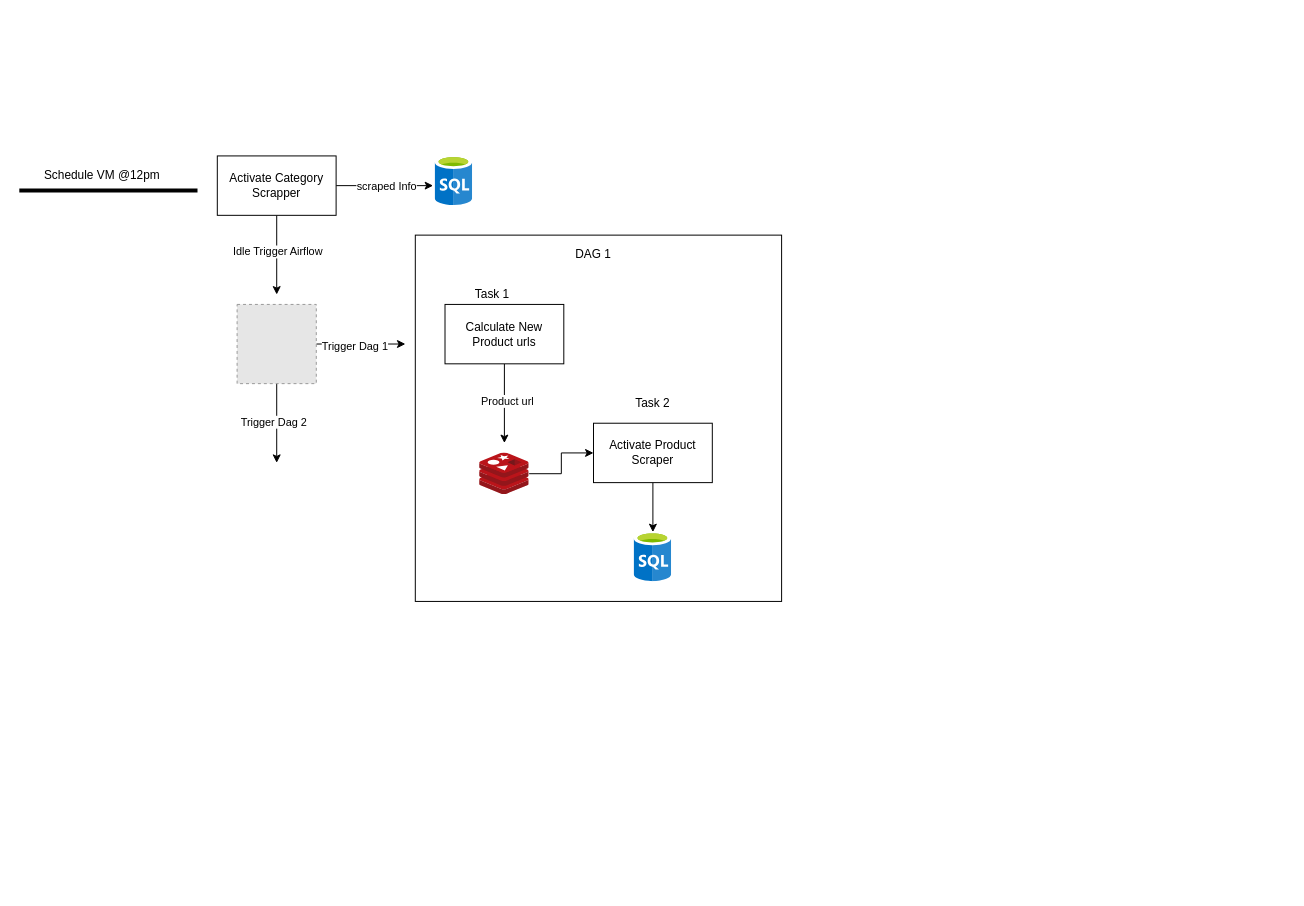
Earlier version of the draw.io diagram page "Data-collection-Architecture" (1 of 2) of draw-io/Untitled Diagram.drawio (abhay-kum/system-design-draw). Source tidied: cells renumbered, new cells numbered last; positions are measured from the earlier drawing's top-left corner, leaving out a move shared by most shapes. Both pictures are drawn from the tidied source at 99%, with x=0, y=0 at pixel (19, 155). Pictures stored in the file or linked from it are replaced by grey dashed boxes.
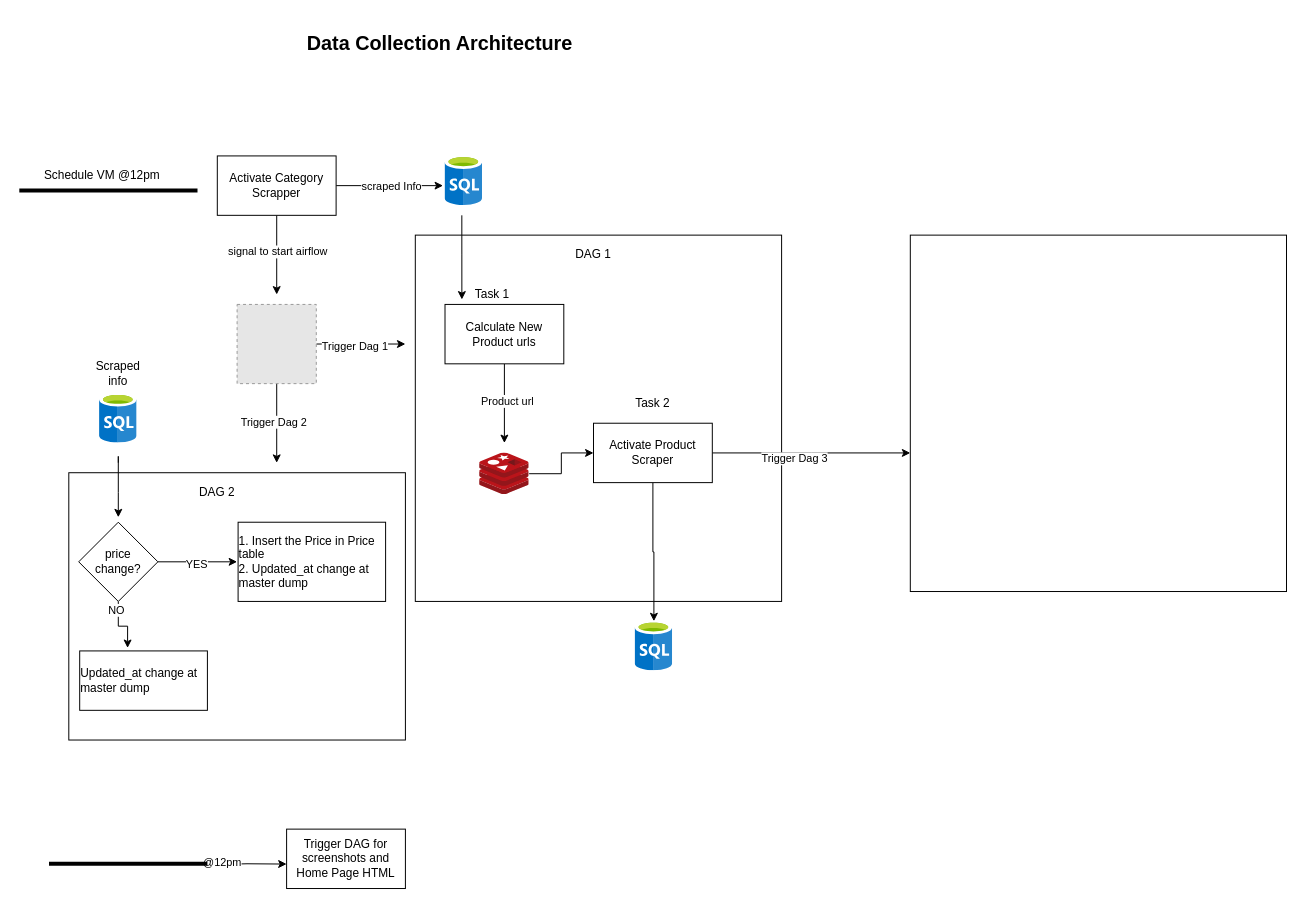
The same page after the edit.

Unchanged cells that the change refers to:
```xml
<mxCell id="6" style="edgeStyle=orthogonalEdgeStyle;rounded=0;jettySize=auto;html=1;" parent="1" edge="1" source="8">
  <mxGeometry relative="1" as="geometry">
    <mxPoint x="260" y="140" as="targetPoint" />
  </mxGeometry>
</mxCell>
<mxCell id="18" value="Calculate New Product urls" style="rounded=0;whiteSpace=wrap;html=1;" parent="1" vertex="1">
  <mxGeometry x="430" y="150" width="120" height="60" as="geometry" />
</mxCell>
<mxCell id="23" value="Activate Product Scraper" style="rounded=0;whiteSpace=wrap;html=1;" parent="1" vertex="1">
  <mxGeometry x="580" y="270" width="120" height="60" as="geometry" />
</mxCell>
```

Change to the diagram source:
```diff
@@
-    <mxCell id="7" value="Idle Trigger Airflow" style="edgeLabel;html=1;align=center;verticalAlign=middle;" parent="6" vertex="1">
+    <mxCell id="7" value="signal to start airflow" style="edgeLabel;html=1;align=center;verticalAlign=middle;" parent="6" vertex="1">
       <mxGeometry x="-0.1" relative="1" as="geometry" />
     </mxCell>
@@
     <mxCell id="9" style="html=1;points=[];align=center;image;fontSize=12;image=img/lib/mscae/SQL_Database_generic.svg;" parent="1" vertex="1">
-      <mxGeometry x="420" width="38" height="50" as="geometry" />
+      <mxGeometry x="430" width="38" height="50" as="geometry" />
     </mxCell>
@@
+    <mxCell id="27" style="edgeStyle=orthogonalEdgeStyle;rounded=0;jettySize=auto;html=1;" parent="1" edge="1" source="23">
+      <mxGeometry relative="1" as="geometry">
+        <mxPoint x="900" y="300" as="targetPoint" />
+      </mxGeometry>
+    </mxCell>
+    <mxCell id="28" value="Trigger Dag 3" style="edgeLabel;html=1;align=center;verticalAlign=middle;" parent="27" vertex="1">
+      <mxGeometry x="-0.18" y="-5" relative="1" as="geometry" />
+    </mxCell>
@@
     <mxCell id="25" style="html=1;points=[];align=center;image;fontSize=12;image=img/lib/mscae/SQL_Database_generic.svg;" parent="1" vertex="1">
-      <mxGeometry x="621" y="380" width="38" height="50" as="geometry" />
+      <mxGeometry x="622" y="470" width="38" height="50" as="geometry" />
     </mxCell>
@@
+    <mxCell id="29" style="rounded=0;whiteSpace=wrap;html=1;" parent="1" vertex="1">
+      <mxGeometry x="50" y="320" width="340" height="270" as="geometry" />
+    </mxCell>
+    <mxCell id="30" style="endArrow=classic;html=1;entryX=0.142;entryY=-0.083;entryDx=0;entryDy=0;entryPerimeter=0;" parent="1" edge="1" target="18">
+      <mxGeometry relative="1" as="geometry">
+        <mxPoint x="447" y="60" as="sourcePoint" />
+        <Array as="points">
+          <mxPoint x="447" y="90" />
+        </Array>
+      </mxGeometry>
+    </mxCell>
+    <mxCell id="31" value="&lt;div&gt;DAG 2&lt;/div&gt;" style="text;html=1;strokeColor=none;fillColor=none;align=center;verticalAlign=middle;whiteSpace=wrap;rounded=0;" parent="1" vertex="1">
+      <mxGeometry x="180" y="330" width="40" height="20" as="geometry" />
+    </mxCell>
+    <mxCell id="32" style="html=1;align=center;image;fontSize=12;image=img/lib/mscae/SQL_Database_generic.svg;" parent="1" vertex="1">
+      <mxGeometry x="81" y="240" width="38" height="50" as="geometry" />
+    </mxCell>
+    <mxCell id="33" value="Scraped info" style="text;html=1;strokeColor=none;fillColor=none;align=center;verticalAlign=middle;whiteSpace=wrap;rounded=0;" parent="1" vertex="1">
+      <mxGeometry x="80" y="210" width="40" height="20" as="geometry" />
+    </mxCell>
+    <mxCell id="34" style="edgeStyle=orthogonalEdgeStyle;rounded=0;jettySize=auto;html=1;" parent="1" edge="1" source="38">
+      <mxGeometry relative="1" as="geometry">
+        <mxPoint x="220" y="410" as="targetPoint" />
+      </mxGeometry>
+    </mxCell>
+    <mxCell id="35" value="YES" style="edgeLabel;html=1;align=center;verticalAlign=middle;" parent="34" vertex="1">
+      <mxGeometry x="-0.05" y="-2" relative="1" as="geometry" />
+    </mxCell>
+    <mxCell id="36" style="edgeStyle=orthogonalEdgeStyle;rounded=0;jettySize=auto;html=1;entryX=0.375;entryY=-0.05;entryDx=0;entryDy=0;entryPerimeter=0;" parent="1" edge="1" source="38" target="41">
+      <mxGeometry relative="1" as="geometry" />
+    </mxCell>
+    <mxCell id="37" value="NO" style="edgeLabel;html=1;align=center;verticalAlign=middle;" parent="36" vertex="1">
+      <mxGeometry x="-0.72" y="-3" relative="1" as="geometry" />
+    </mxCell>
+    <mxCell id="38" value="&lt;div&gt;price &lt;br&gt;&lt;/div&gt;&lt;div&gt;change?&lt;/div&gt;" style="rhombus;whiteSpace=wrap;html=1;" parent="1" vertex="1">
+      <mxGeometry x="60" y="370" width="80" height="80" as="geometry" />
+    </mxCell>
+    <mxCell id="39" style="endArrow=classic;html=1;entryX=0.142;entryY=-0.083;entryDx=0;entryDy=0;entryPerimeter=0;" parent="1" edge="1">
+      <mxGeometry relative="1" as="geometry">
+        <mxPoint x="100" y="310" as="sourcePoint" />
+        <mxPoint x="100" y="365" as="targetPoint" />
+        <Array as="points">
+          <mxPoint x="100" y="300" />
+          <mxPoint x="100" y="330" />
+        </Array>
+      </mxGeometry>
+    </mxCell>
+    <mxCell id="40" value="&lt;div align=&quot;left&quot;&gt;1. Insert the Price in Price table&lt;/div&gt;&lt;div align=&quot;left&quot;&gt;2. Updated_at change at master dump&lt;br&gt;&lt;/div&gt;" style="rounded=0;whiteSpace=wrap;html=1;" parent="1" vertex="1">
+      <mxGeometry x="221" y="370" width="149" height="80" as="geometry" />
+    </mxCell>
+    <mxCell id="41" value="&lt;div align=&quot;left&quot;&gt;Updated_at change at master dump&lt;br&gt;&lt;/div&gt;" style="rounded=0;whiteSpace=wrap;html=1;" parent="1" vertex="1">
+      <mxGeometry x="61" y="500" width="129" height="60" as="geometry" />
+    </mxCell>
+    <mxCell id="42" value="&lt;font style=&quot;font-size: 20px&quot;&gt;&lt;b&gt;Data Collection Architecture&lt;/b&gt;&lt;/font&gt;" style="text;html=1;strokeColor=none;fillColor=none;align=center;verticalAlign=middle;whiteSpace=wrap;rounded=0;" parent="1" vertex="1">
+      <mxGeometry x="250" y="-140" width="350" height="50" as="geometry" />
+    </mxCell>
+    <mxCell id="43" style="rounded=0;whiteSpace=wrap;html=1;" parent="1" vertex="1">
+      <mxGeometry x="900" y="80" width="380" height="360" as="geometry" />
+    </mxCell>
+    <mxCell id="44" style="edgeStyle=orthogonalEdgeStyle;rounded=0;jettySize=auto;html=1;" parent="1" edge="1" source="46">
+      <mxGeometry relative="1" as="geometry">
+        <mxPoint x="270" y="715.3" as="targetPoint" />
+      </mxGeometry>
+    </mxCell>
+    <mxCell id="45" value="@12pm" style="edgeLabel;html=1;align=center;verticalAlign=middle;" parent="44" vertex="1">
+      <mxGeometry x="-0.63" y="2" relative="1" as="geometry" />
+    </mxCell>
+    <mxCell id="46" style="line;strokeWidth=4;html=1;perimeter=backbonePerimeter;points=[];outlineConnect=0;" parent="1" vertex="1">
+      <mxGeometry x="30" y="710" width="160" height="10" as="geometry" />
+    </mxCell>
+    <mxCell id="47" value="Trigger DAG for screenshots and Home Page HTML" style="rounded=0;whiteSpace=wrap;html=1;" parent="1" vertex="1">
+      <mxGeometry x="270" y="680" width="120" height="60" as="geometry" />
+    </mxCell>
```
